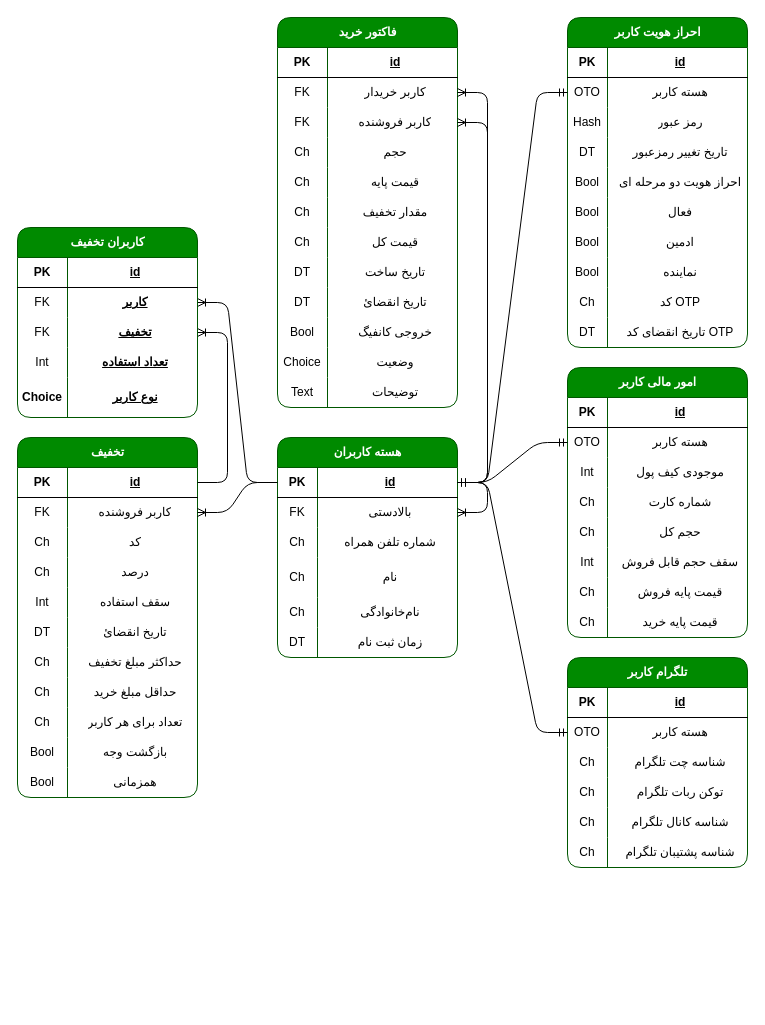
The draw.io diagram DBMap.drawio in rasraz/representative_panel, before the edit. Source tidied: cells renumbered, new cells numbered last; positions are measured from the earlier drawing's top-left corner, leaving out a move shared by most shapes. Both pictures are drawn from the tidied source at 100%, with x=0, y=0 at pixel (17, 17).
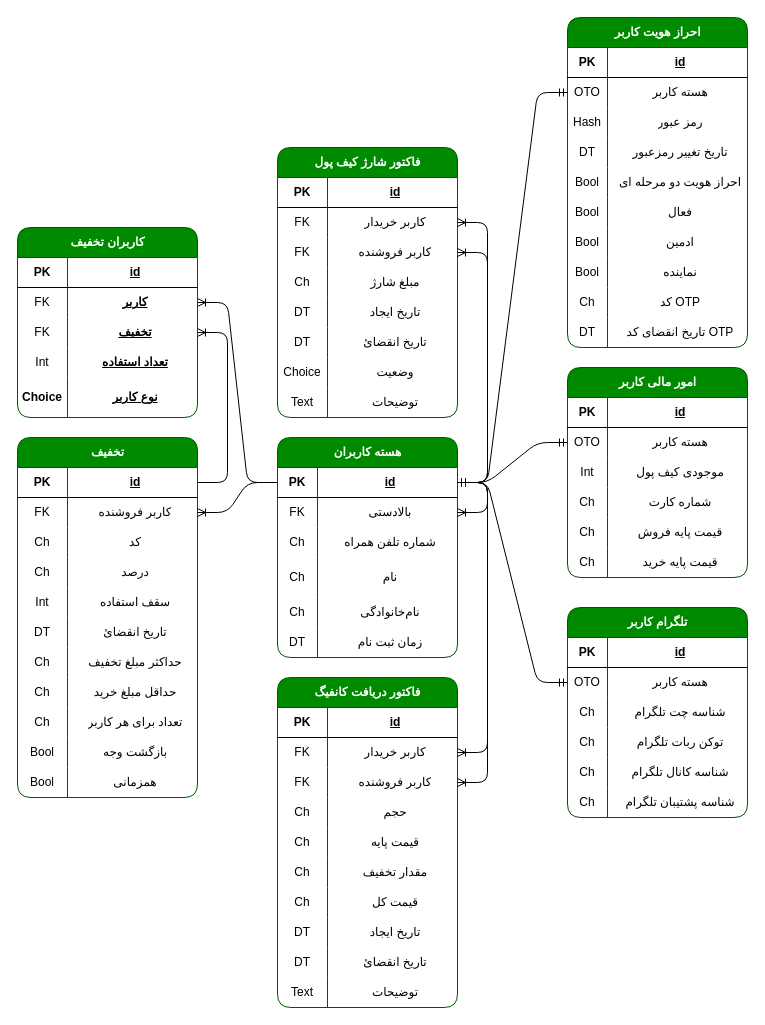
Above is the later version.

The change refers to these unchanged cells:
```xml
<mxCell id="77" style="shape=tableRow;horizontal=0;startSize=0;swimlaneHead=0;swimlaneBody=0;fillColor=none;points=[[0,0.5],[1,0.5]];portConstraint=eastwest;top=0;left=0;right=0;bottom=1;swimlaneFillColor=default;" parent="76" vertex="1">
  <mxGeometry y="30" width="180" height="30" as="geometry" />
</mxCell>
```

Diff of the diagram source:
```diff
@@
-    <mxCell id="2" value="فاکتور خرید" style="shape=table;startSize=30;childLayout=tableLayout;rowLines=0;fontStyle=1;align=center;html=1;rounded=1;fillColor=#008a00;fontColor=#ffffff;strokeColor=#005700;swimlaneFillColor=default;" parent="1" vertex="1">
-      <mxGeometry x="260" width="180" height="390" as="geometry" />
+    <mxCell id="2" value="فاکتور شارژ کیف پول" style="shape=table;startSize=30;childLayout=tableLayout;rowLines=0;fontStyle=1;align=center;html=1;rounded=1;fillColor=#008a00;fontColor=#ffffff;strokeColor=#005700;swimlaneFillColor=default;" parent="1" vertex="1">
+      <mxGeometry x="260" y="130" width="180" height="270" as="geometry" />
     </mxCell>
@@
-    <mxCell id="12" style="shape=tableRow;horizontal=0;startSize=0;swimlaneHead=0;swimlaneBody=0;fillColor=none;top=0;left=0;right=0;bottom=0;swimlaneFillColor=default;" parent="2" vertex="1">
-      <mxGeometry y="120" width="180" height="30" as="geometry" />
-    </mxCell>
-    <mxCell id="13" value="Ch" style="shape=partialRectangle;fillColor=none;top=0;left=0;bottom=0;right=0;overflow=hidden;whiteSpace=wrap;html=1;swimlaneFillColor=default;" parent="12" vertex="1">
-      <mxGeometry width="50" height="30" as="geometry" />
-    </mxCell>
-    <mxCell id="14" value="حجم" style="shape=partialRectangle;fillColor=none;top=0;left=0;bottom=0;right=0;align=center;spacingLeft=6;overflow=hidden;whiteSpace=wrap;html=1;swimlaneFillColor=default;" parent="12" vertex="1">
-      <mxGeometry x="50" width="130" height="30" as="geometry" />
-    </mxCell>
-    <mxCell id="15" style="shape=tableRow;horizontal=0;startSize=0;swimlaneHead=0;swimlaneBody=0;fillColor=none;top=0;left=0;right=0;bottom=0;swimlaneFillColor=default;" parent="2" vertex="1">
-      <mxGeometry y="150" width="180" height="30" as="geometry" />
-    </mxCell>
-    <mxCell id="16" value="Ch" style="shape=partialRectangle;fillColor=none;top=0;left=0;bottom=0;right=0;overflow=hidden;whiteSpace=wrap;html=1;swimlaneFillColor=default;" parent="15" vertex="1">
-      <mxGeometry width="50" height="30" as="geometry" />
-    </mxCell>
-    <mxCell id="17" value="قیمت پایه" style="shape=partialRectangle;fillColor=none;top=0;left=0;bottom=0;right=0;align=center;spacingLeft=6;overflow=hidden;whiteSpace=wrap;html=1;swimlaneFillColor=default;" parent="15" vertex="1">
-      <mxGeometry x="50" width="130" height="30" as="geometry" />
-    </mxCell>
-    <mxCell id="18" style="shape=tableRow;horizontal=0;startSize=0;swimlaneHead=0;swimlaneBody=0;fillColor=none;top=0;left=0;right=0;bottom=0;swimlaneFillColor=default;" parent="2" vertex="1">
-      <mxGeometry y="180" width="180" height="30" as="geometry" />
-    </mxCell>
-    <mxCell id="19" value="Ch" style="shape=partialRectangle;fillColor=none;top=0;left=0;bottom=0;right=0;overflow=hidden;whiteSpace=wrap;html=1;swimlaneFillColor=default;" parent="18" vertex="1">
-      <mxGeometry width="50" height="30" as="geometry" />
-    </mxCell>
-    <mxCell id="20" value="مقدار تخفیف" style="shape=partialRectangle;fillColor=none;top=0;left=0;bottom=0;right=0;align=center;spacingLeft=6;overflow=hidden;whiteSpace=wrap;html=1;swimlaneFillColor=default;" parent="18" vertex="1">
-      <mxGeometry x="50" width="130" height="30" as="geometry" />
-    </mxCell>
-    <mxCell id="21" style="shape=tableRow;horizontal=0;startSize=0;swimlaneHead=0;swimlaneBody=0;fillColor=none;top=0;left=0;right=0;bottom=0;swimlaneFillColor=default;" parent="2" vertex="1">
-      <mxGeometry y="210" width="180" height="30" as="geometry" />
+    <mxCell id="21" style="shape=tableRow;horizontal=0;startSize=0;swimlaneHead=0;swimlaneBody=0;fillColor=none;top=0;left=0;right=0;bottom=0;swimlaneFillColor=default;fontColor=#ffffff;strokeColor=#006EAF;" parent="2" vertex="1">
+      <mxGeometry y="120" width="180" height="30" as="geometry" />
     </mxCell>
@@
-    <mxCell id="23" value="قیمت کل" style="shape=partialRectangle;fillColor=none;top=0;left=0;bottom=0;right=0;align=center;spacingLeft=6;overflow=hidden;whiteSpace=wrap;html=1;swimlaneFillColor=default;" parent="21" vertex="1">
+    <mxCell id="23" value="مبلغ شارژ" style="shape=partialRectangle;fillColor=none;top=0;left=0;bottom=0;right=0;align=center;spacingLeft=6;overflow=hidden;whiteSpace=wrap;html=1;swimlaneFillColor=default;" parent="21" vertex="1">
       <mxGeometry x="50" width="130" height="30" as="geometry" />
     </mxCell>
-    <mxCell id="24" style="shape=tableRow;horizontal=0;startSize=0;swimlaneHead=0;swimlaneBody=0;fillColor=none;top=0;left=0;right=0;bottom=0;swimlaneFillColor=default;" parent="2" vertex="1">
-      <mxGeometry y="240" width="180" height="30" as="geometry" />
+    <mxCell id="24" style="shape=tableRow;horizontal=0;startSize=0;swimlaneHead=0;swimlaneBody=0;fillColor=none;top=0;left=0;right=0;bottom=0;swimlaneFillColor=default;fontColor=#ffffff;strokeColor=#006EAF;" parent="2" vertex="1">
+      <mxGeometry y="150" width="180" height="30" as="geometry" />
     </mxCell>
@@
-    <mxCell id="26" value="تاریخ ساخت" style="shape=partialRectangle;fillColor=none;top=0;left=0;bottom=0;right=0;align=center;spacingLeft=6;overflow=hidden;whiteSpace=wrap;html=1;swimlaneFillColor=default;" parent="24" vertex="1">
+    <mxCell id="26" value="تاریخ ایجاد" style="shape=partialRectangle;fillColor=none;top=0;left=0;bottom=0;right=0;align=center;spacingLeft=6;overflow=hidden;whiteSpace=wrap;html=1;swimlaneFillColor=default;" parent="24" vertex="1">
       <mxGeometry x="50" width="130" height="30" as="geometry" />
     </mxCell>
     <mxCell id="27" style="shape=tableRow;horizontal=0;startSize=0;swimlaneHead=0;swimlaneBody=0;fillColor=none;top=0;left=0;right=0;bottom=0;swimlaneFillColor=default;" parent="2" vertex="1">
-      <mxGeometry y="270" width="180" height="30" as="geometry" />
+      <mxGeometry y="180" width="180" height="30" as="geometry" />
     </mxCell>
@@
-    <mxCell id="30" style="shape=tableRow;horizontal=0;startSize=0;swimlaneHead=0;swimlaneBody=0;fillColor=none;top=0;left=0;right=0;bottom=0;swimlaneFillColor=default;" parent="2" vertex="1">
-      <mxGeometry y="300" width="180" height="30" as="geometry" />
-    </mxCell>
-    <mxCell id="31" value="Bool" style="shape=partialRectangle;fillColor=none;top=0;left=0;bottom=0;right=0;overflow=hidden;whiteSpace=wrap;html=1;swimlaneFillColor=default;" parent="30" vertex="1">
-      <mxGeometry width="50" height="30" as="geometry" />
-    </mxCell>
-    <mxCell id="32" value="خروجی کانفیگ" style="shape=partialRectangle;fillColor=none;top=0;left=0;bottom=0;right=0;align=center;spacingLeft=6;overflow=hidden;whiteSpace=wrap;html=1;swimlaneFillColor=default;" parent="30" vertex="1">
-      <mxGeometry x="50" width="130" height="30" as="geometry" />
-    </mxCell>
     <mxCell id="33" style="shape=tableRow;horizontal=0;startSize=0;swimlaneHead=0;swimlaneBody=0;fillColor=none;top=0;left=0;right=0;bottom=0;swimlaneFillColor=default;" parent="2" vertex="1">
-      <mxGeometry y="330" width="180" height="30" as="geometry" />
+      <mxGeometry y="210" width="180" height="30" as="geometry" />
     </mxCell>
@@
     <mxCell id="36" style="shape=tableRow;horizontal=0;startSize=0;swimlaneHead=0;swimlaneBody=0;fillColor=none;top=0;left=0;right=0;bottom=0;swimlaneFillColor=default;" parent="2" vertex="1">
-      <mxGeometry y="360" width="180" height="30" as="geometry" />
+      <mxGeometry y="240" width="180" height="30" as="geometry" />
     </mxCell>
@@
     <mxCell id="127" value="امور مالی کاربر" style="shape=table;startSize=30;childLayout=tableLayout;rowLines=0;fontStyle=1;align=center;html=1;rounded=1;fillColor=#008a00;fontColor=#ffffff;strokeColor=#005700;swimlaneFillColor=default;" parent="1" vertex="1">
-      <mxGeometry x="550" y="350" width="180" height="270" as="geometry" />
+      <mxGeometry x="550" y="350" width="180" height="210" as="geometry" />
     </mxCell>
@@
-    <mxCell id="140" style="shape=tableRow;horizontal=0;startSize=0;swimlaneHead=0;swimlaneBody=0;fillColor=none;top=0;left=0;right=0;bottom=0;swimlaneFillColor=default;" parent="127" vertex="1">
-      <mxGeometry y="150" width="180" height="30" as="geometry" />
-    </mxCell>
-    <mxCell id="141" value="Ch" style="shape=partialRectangle;fillColor=none;top=0;left=0;bottom=0;right=0;overflow=hidden;whiteSpace=wrap;html=1;swimlaneFillColor=default;" parent="140" vertex="1">
-      <mxGeometry width="40" height="30" as="geometry" />
-    </mxCell>
-    <mxCell id="142" value="حجم کل" style="shape=partialRectangle;fillColor=none;top=0;left=0;bottom=0;right=0;align=center;spacingLeft=6;overflow=hidden;whiteSpace=wrap;html=1;swimlaneFillColor=default;" parent="140" vertex="1">
-      <mxGeometry x="40" width="140" height="30" as="geometry" />
-    </mxCell>
-    <mxCell id="143" style="shape=tableRow;horizontal=0;startSize=0;swimlaneHead=0;swimlaneBody=0;fillColor=none;top=0;left=0;right=0;bottom=0;swimlaneFillColor=default;" parent="127" vertex="1">
-      <mxGeometry y="180" width="180" height="30" as="geometry" />
-    </mxCell>
-    <mxCell id="144" value="Int" style="shape=partialRectangle;fillColor=none;top=0;left=0;bottom=0;right=0;overflow=hidden;whiteSpace=wrap;html=1;swimlaneFillColor=default;" parent="143" vertex="1">
-      <mxGeometry width="40" height="30" as="geometry" />
-    </mxCell>
-    <mxCell id="145" value="سقف حجم قابل فروش" style="shape=partialRectangle;fillColor=none;top=0;left=0;bottom=0;right=0;align=center;spacingLeft=6;overflow=hidden;whiteSpace=wrap;html=1;swimlaneFillColor=default;" parent="143" vertex="1">
-      <mxGeometry x="40" width="140" height="30" as="geometry" />
-    </mxCell>
     <mxCell id="146" style="shape=tableRow;horizontal=0;startSize=0;swimlaneHead=0;swimlaneBody=0;fillColor=none;top=0;left=0;right=0;bottom=0;swimlaneFillColor=default;fontColor=#ffffff;strokeColor=#006EAF;" parent="127" vertex="1">
-      <mxGeometry y="210" width="180" height="30" as="geometry" />
+      <mxGeometry y="150" width="180" height="30" as="geometry" />
     </mxCell>
@@
     <mxCell id="149" style="shape=tableRow;horizontal=0;startSize=0;swimlaneHead=0;swimlaneBody=0;fillColor=none;top=0;left=0;right=0;bottom=0;swimlaneFillColor=default;fontColor=#ffffff;strokeColor=#006EAF;" parent="127" vertex="1">
-      <mxGeometry y="240" width="180" height="30" as="geometry" />
+      <mxGeometry y="180" width="180" height="30" as="geometry" />
     </mxCell>
@@
     <mxCell id="152" value="تلگرام کاربر" style="shape=table;startSize=30;childLayout=tableLayout;rowLines=0;fontStyle=1;align=center;html=1;rounded=1;fillColor=#008a00;fontColor=#ffffff;strokeColor=#005700;swimlaneFillColor=default;" parent="1" vertex="1">
-      <mxGeometry x="550" y="640" width="180" height="210" as="geometry" />
+      <mxGeometry x="550" y="590" width="180" height="210" as="geometry" />
     </mxCell>
@@
+    <mxCell id="192" value="فاکتور دریافت کانفیگ" style="shape=table;startSize=30;childLayout=tableLayout;rowLines=0;fontStyle=1;align=center;html=1;rounded=1;fillColor=#008a00;fontColor=#ffffff;strokeColor=#005700;swimlaneFillColor=default;" parent="1" vertex="1">
+      <mxGeometry x="260" y="660" width="180" height="330" as="geometry" />
+    </mxCell>
+    <mxCell id="193" style="shape=tableRow;horizontal=0;startSize=0;swimlaneHead=0;swimlaneBody=0;fillColor=none;top=0;left=0;right=0;bottom=1;swimlaneFillColor=default;" parent="192" vertex="1">
+      <mxGeometry y="30" width="180" height="30" as="geometry" />
+    </mxCell>
+    <mxCell id="194" value="PK" style="shape=partialRectangle;fillColor=none;top=0;left=0;bottom=0;right=0;fontStyle=1;overflow=hidden;whiteSpace=wrap;html=1;swimlaneFillColor=default;" parent="193" vertex="1">
+      <mxGeometry width="50" height="30" as="geometry" />
+    </mxCell>
+    <mxCell id="195" value="id" style="shape=partialRectangle;fillColor=none;top=0;left=0;bottom=0;right=0;align=center;spacingLeft=6;fontStyle=5;overflow=hidden;whiteSpace=wrap;html=1;swimlaneFillColor=default;" parent="193" vertex="1">
+      <mxGeometry x="50" width="130" height="30" as="geometry" />
+    </mxCell>
+    <mxCell id="196" style="shape=tableRow;horizontal=0;startSize=0;swimlaneHead=0;swimlaneBody=0;fillColor=none;points=[[0,0.5],[1,0.5]];portConstraint=eastwest;top=0;left=0;right=0;bottom=0;swimlaneFillColor=default;fontColor=#ffffff;strokeColor=#006EAF;" parent="192" vertex="1">
+      <mxGeometry y="60" width="180" height="30" as="geometry" />
+    </mxCell>
+    <mxCell id="197" value="FK" style="shape=partialRectangle;fillColor=none;top=0;left=0;bottom=0;right=0;overflow=hidden;whiteSpace=wrap;html=1;swimlaneFillColor=default;" parent="196" vertex="1">
+      <mxGeometry width="50" height="30" as="geometry" />
+    </mxCell>
+    <mxCell id="198" value="کاربر خریدار" style="shape=partialRectangle;fillColor=none;top=0;left=0;bottom=0;right=0;align=center;spacingLeft=6;overflow=hidden;whiteSpace=wrap;html=1;swimlaneFillColor=default;" parent="196" vertex="1">
+      <mxGeometry x="50" width="130" height="30" as="geometry" />
+    </mxCell>
+    <mxCell id="199" style="shape=tableRow;horizontal=0;startSize=0;swimlaneHead=0;swimlaneBody=0;fillColor=none;points=[[0,0.5],[1,0.5]];portConstraint=eastwest;top=0;left=0;right=0;bottom=0;swimlaneFillColor=default;fontColor=#ffffff;strokeColor=#006EAF;" parent="192" vertex="1">
+      <mxGeometry y="90" width="180" height="30" as="geometry" />
+    </mxCell>
+    <mxCell id="200" value="FK" style="shape=partialRectangle;fillColor=none;top=0;left=0;bottom=0;right=0;overflow=hidden;whiteSpace=wrap;html=1;swimlaneFillColor=default;" parent="199" vertex="1">
+      <mxGeometry width="50" height="30" as="geometry" />
+    </mxCell>
+    <mxCell id="201" value="کاربر فروشنده" style="shape=partialRectangle;fillColor=none;top=0;left=0;bottom=0;right=0;align=center;spacingLeft=6;overflow=hidden;whiteSpace=wrap;html=1;swimlaneFillColor=default;" parent="199" vertex="1">
+      <mxGeometry x="50" width="130" height="30" as="geometry" />
+    </mxCell>
+    <mxCell id="12" style="shape=tableRow;horizontal=0;startSize=0;swimlaneHead=0;swimlaneBody=0;fillColor=none;top=0;left=0;right=0;bottom=0;swimlaneFillColor=default;" parent="192" vertex="1">
+      <mxGeometry y="120" width="180" height="30" as="geometry" />
+    </mxCell>
+    <mxCell id="202" value="Ch" style="shape=partialRectangle;fillColor=none;top=0;left=0;bottom=0;right=0;overflow=hidden;whiteSpace=wrap;html=1;swimlaneFillColor=default;" parent="12" vertex="1">
+      <mxGeometry width="50" height="30" as="geometry" />
+    </mxCell>
+    <mxCell id="14" value="حجم" style="shape=partialRectangle;fillColor=none;top=0;left=0;bottom=0;right=0;align=center;spacingLeft=6;overflow=hidden;whiteSpace=wrap;html=1;swimlaneFillColor=default;" parent="12" vertex="1">
+      <mxGeometry x="50" width="130" height="30" as="geometry" />
+    </mxCell>
+    <mxCell id="203" style="shape=tableRow;horizontal=0;startSize=0;swimlaneHead=0;swimlaneBody=0;fillColor=none;top=0;left=0;right=0;bottom=0;swimlaneFillColor=default;" parent="192" vertex="1">
+      <mxGeometry y="150" width="180" height="30" as="geometry" />
+    </mxCell>
+    <mxCell id="204" value="Ch" style="shape=partialRectangle;fillColor=none;top=0;left=0;bottom=0;right=0;overflow=hidden;whiteSpace=wrap;html=1;swimlaneFillColor=default;" parent="203" vertex="1">
+      <mxGeometry width="50" height="30" as="geometry" />
+    </mxCell>
+    <mxCell id="17" value="قیمت پایه" style="shape=partialRectangle;fillColor=none;top=0;left=0;bottom=0;right=0;align=center;spacingLeft=6;overflow=hidden;whiteSpace=wrap;html=1;swimlaneFillColor=default;" parent="203" vertex="1">
+      <mxGeometry x="50" width="130" height="30" as="geometry" />
+    </mxCell>
+    <mxCell id="205" style="shape=tableRow;horizontal=0;startSize=0;swimlaneHead=0;swimlaneBody=0;fillColor=none;top=0;left=0;right=0;bottom=0;swimlaneFillColor=default;" parent="192" vertex="1">
+      <mxGeometry y="180" width="180" height="30" as="geometry" />
+    </mxCell>
+    <mxCell id="206" value="Ch" style="shape=partialRectangle;fillColor=none;top=0;left=0;bottom=0;right=0;overflow=hidden;whiteSpace=wrap;html=1;swimlaneFillColor=default;" parent="205" vertex="1">
+      <mxGeometry width="50" height="30" as="geometry" />
+    </mxCell>
+    <mxCell id="20" value="مقدار تخفیف" style="shape=partialRectangle;fillColor=none;top=0;left=0;bottom=0;right=0;align=center;spacingLeft=6;overflow=hidden;whiteSpace=wrap;html=1;swimlaneFillColor=default;" parent="205" vertex="1">
+      <mxGeometry x="50" width="130" height="30" as="geometry" />
+    </mxCell>
+    <mxCell id="207" style="shape=tableRow;horizontal=0;startSize=0;swimlaneHead=0;swimlaneBody=0;fillColor=none;top=0;left=0;right=0;bottom=0;swimlaneFillColor=default;" parent="192" vertex="1">
+      <mxGeometry y="210" width="180" height="30" as="geometry" />
+    </mxCell>
+    <mxCell id="208" value="Ch" style="shape=partialRectangle;fillColor=none;top=0;left=0;bottom=0;right=0;overflow=hidden;whiteSpace=wrap;html=1;swimlaneFillColor=default;" parent="207" vertex="1">
+      <mxGeometry width="50" height="30" as="geometry" />
+    </mxCell>
+    <mxCell id="209" value="قیمت کل" style="shape=partialRectangle;fillColor=none;top=0;left=0;bottom=0;right=0;align=center;spacingLeft=6;overflow=hidden;whiteSpace=wrap;html=1;swimlaneFillColor=default;" parent="207" vertex="1">
+      <mxGeometry x="50" width="130" height="30" as="geometry" />
+    </mxCell>
+    <mxCell id="210" style="shape=tableRow;horizontal=0;startSize=0;swimlaneHead=0;swimlaneBody=0;fillColor=none;top=0;left=0;right=0;bottom=0;swimlaneFillColor=default;fontColor=#ffffff;strokeColor=#006EAF;" parent="192" vertex="1">
+      <mxGeometry y="240" width="180" height="30" as="geometry" />
+    </mxCell>
+    <mxCell id="211" value="DT" style="shape=partialRectangle;fillColor=none;top=0;left=0;bottom=0;right=0;overflow=hidden;whiteSpace=wrap;html=1;swimlaneFillColor=default;" parent="210" vertex="1">
+      <mxGeometry width="50" height="30" as="geometry" />
+    </mxCell>
+    <mxCell id="212" value="تاریخ ایجاد" style="shape=partialRectangle;fillColor=none;top=0;left=0;bottom=0;right=0;align=center;spacingLeft=6;overflow=hidden;whiteSpace=wrap;html=1;swimlaneFillColor=default;" parent="210" vertex="1">
+      <mxGeometry x="50" width="130" height="30" as="geometry" />
+    </mxCell>
+    <mxCell id="213" style="shape=tableRow;horizontal=0;startSize=0;swimlaneHead=0;swimlaneBody=0;fillColor=none;top=0;left=0;right=0;bottom=0;swimlaneFillColor=default;" parent="192" vertex="1">
+      <mxGeometry y="270" width="180" height="30" as="geometry" />
+    </mxCell>
+    <mxCell id="214" value="DT" style="shape=partialRectangle;fillColor=none;top=0;left=0;bottom=0;right=0;overflow=hidden;whiteSpace=wrap;html=1;swimlaneFillColor=default;" parent="213" vertex="1">
+      <mxGeometry width="50" height="30" as="geometry" />
+    </mxCell>
+    <mxCell id="215" value="تاریخ انقضائ" style="shape=partialRectangle;fillColor=none;top=0;left=0;bottom=0;right=0;align=center;spacingLeft=6;overflow=hidden;whiteSpace=wrap;html=1;swimlaneFillColor=default;" parent="213" vertex="1">
+      <mxGeometry x="50" width="130" height="30" as="geometry" />
+    </mxCell>
+    <mxCell id="30" style="shape=tableRow;horizontal=0;startSize=0;swimlaneHead=0;swimlaneBody=0;fillColor=none;top=0;left=0;right=0;bottom=0;swimlaneFillColor=default;" parent="192" vertex="1">
+      <mxGeometry y="300" width="180" height="30" as="geometry" />
+    </mxCell>
+    <mxCell id="216" value="Text" style="shape=partialRectangle;fillColor=none;top=0;left=0;bottom=0;right=0;overflow=hidden;whiteSpace=wrap;html=1;swimlaneFillColor=default;" parent="30" vertex="1">
+      <mxGeometry width="50" height="30" as="geometry" />
+    </mxCell>
+    <mxCell id="217" value="توضیحات" style="shape=partialRectangle;fillColor=none;top=0;left=0;bottom=0;right=0;align=center;spacingLeft=6;overflow=hidden;whiteSpace=wrap;html=1;swimlaneFillColor=default;" parent="30" vertex="1">
+      <mxGeometry x="50" width="130" height="30" as="geometry" />
+    </mxCell>
+    <mxCell id="218" style="edgeStyle=entityRelationEdgeStyle;fontSize=12;html=1;endArrow=ERoneToMany;rounded=1;curved=0;" parent="1" edge="1" source="77" target="196">
+      <mxGeometry relative="1" as="geometry" />
+    </mxCell>
+    <mxCell id="219" style="edgeStyle=entityRelationEdgeStyle;fontSize=12;html=1;endArrow=ERoneToMany;rounded=1;curved=0;" parent="1" edge="1" source="77" target="199">
+      <mxGeometry relative="1" as="geometry" />
+    </mxCell>
```
